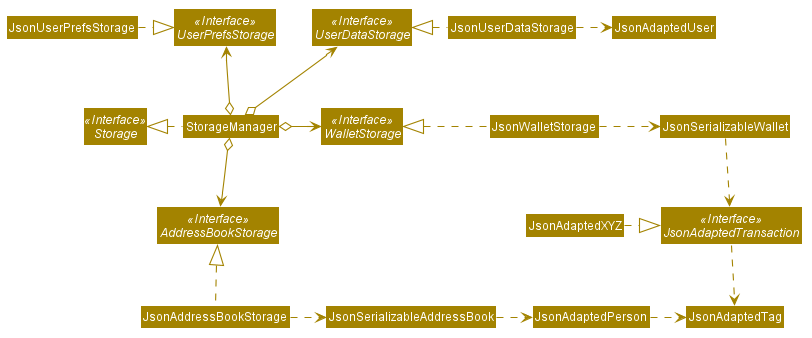
Earlier version of the PlantUML export docs/images/StorageClassDiagram.png (syinyichen/main).
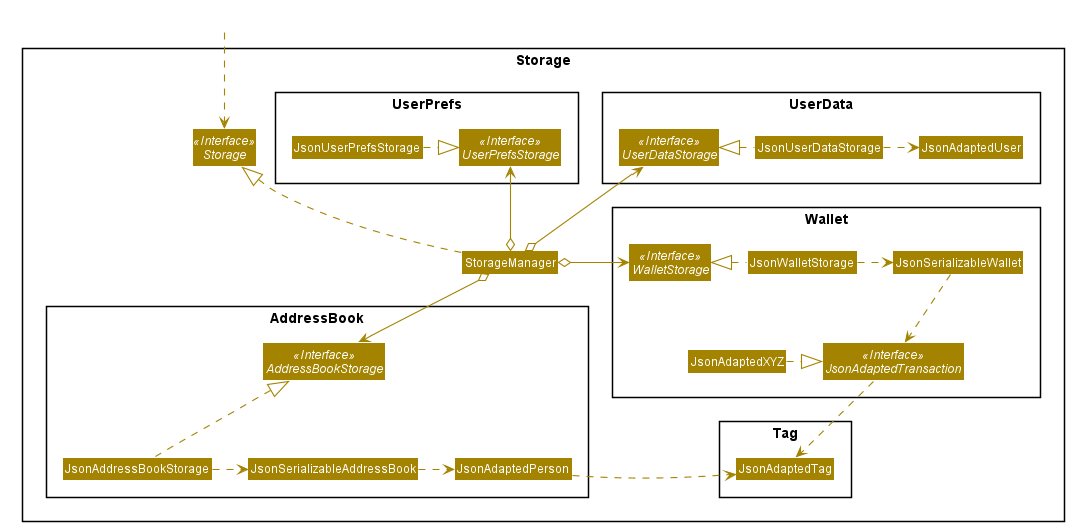
The same diagram one commit later.

Commit message:
Improve storage section of dg

What changed in the source:
```diff
@@ -17,6 +17,8 @@
     BorderColor #FFFFFF
     StereotypeFontColor #FFFFFF
     FontName Arial
+    AttributeFontColor #FFFFFF
+    AttributeFontName Arial
 }
 
 skinparam Actor {
@@ -51,20 +53,45 @@
 skinparam arrowColor #A38300
 skinparam classBackgroundColor #A38300
 
+package Storage <<Rectangle>>{
 Interface Storage <<Interface>>
+Class StorageManager
+
+Package UserPrefs {
 Interface UserPrefsStorage <<Interface>>
+Class JsonUserPrefsStorage
+}
+
+Package UserData {
+Interface UserDataStorage <<Interface>>
+Class JsonUserDataStorage
+Class JsonAdaptedUser
+}
+
+Package AddressBook {
 Interface AddressBookStorage <<Interface>>
+Class JsonAddressBookStorage
+Class JsonSerializableAddressBook
+Class JsonAdaptedPerson
+}
+
+Package Wallet {
 Interface WalletStorage <<Interface>>
-Interface UserDataStorage <<Interface>>
+Class JsonWalletStorage
+Class JsonSerializableWallet
 Interface JsonAdaptedTransaction <<Interface>>
+Class JsonAdaptedXYZ
+}
 
-Class StorageManager
-Class JsonUserPrefsStorage
-Class JsonAddressBookStorage
-Class JsonWalletStorage
-Class JsonUserDataStorage
+Package Tag {
+Class JsonAdaptedTag
+}
+}
 
-StorageManager .left.|> Storage
+Class HiddenOutside #FFFFFF
+HiddenOutside ..> Storage
+
+StorageManager .up.|> Storage
 StorageManager o-up-> UserPrefsStorage
 StorageManager o-down-> AddressBookStorage
 StorageManager o-right-> WalletStorage
```
